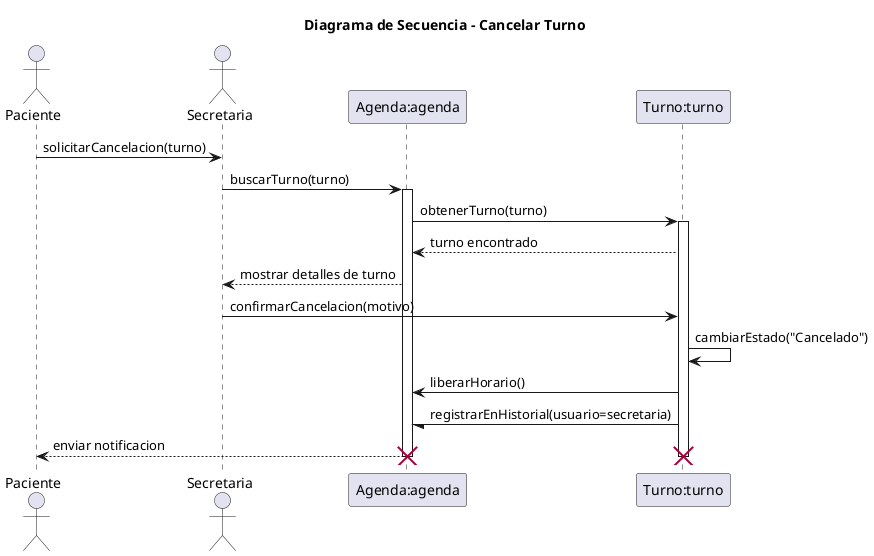
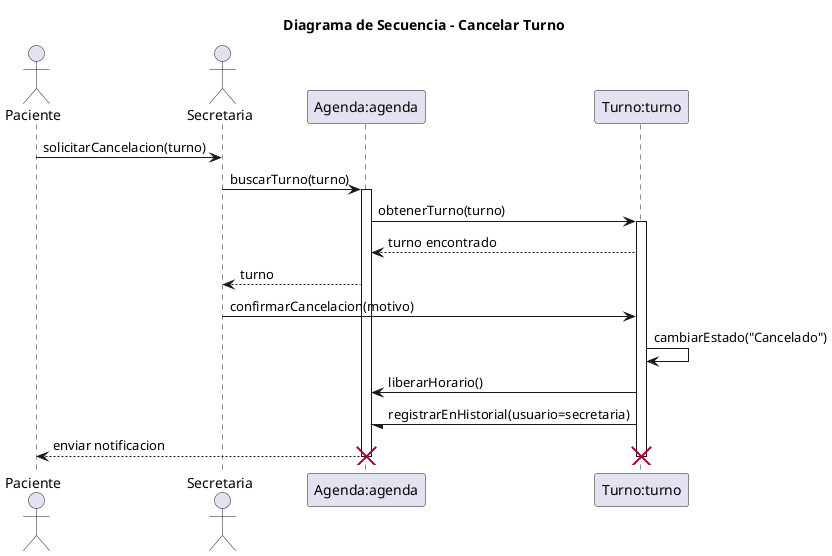
@startuml 03-secuencia-cancelar-turno-03

title Diagrama de Secuencia - Cancelar Turno

actor Paciente as paciente
actor Secretaria as secretaria

participant "Agenda:agenda" as agenda
participant "Turno:turno" as turno

paciente -> secretaria: solicitarCancelacion(turno)
secretaria -> agenda: buscarTurno(turno)

activate agenda

agenda -> turno: obtenerTurno(turno)

activate turno

turno --> agenda: turno encontrado

- agenda --> secretaria: mostrar detalles de turno
+ agenda --> secretaria: turno

secretaria -> turno: confirmarCancelacion(motivo)

turno -> turno: cambiarEstado("Cancelado")
turno -> agenda: liberarHorario()
turno -/ agenda: registrarEnHistorial(usuario=secretaria)

agenda --> paciente: enviar notificacion

deactivate turno
destroy turno

deactivate agenda
destroy agenda

@enduml
